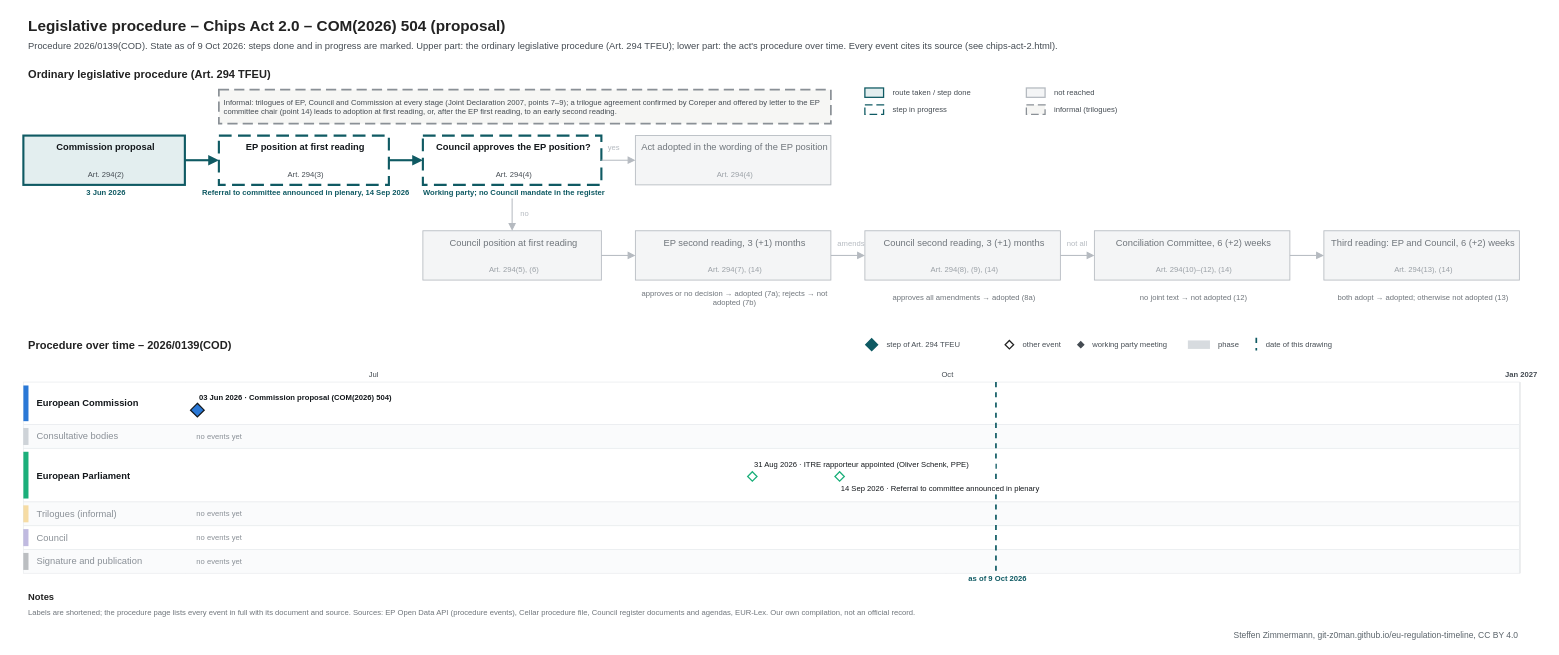
Before: procedures/chips-act-2.drawio in git-z0man/eu-regulation-timeline, a draw.io diagram. Source tidied: cells renumbered, new cells numbered last; positions are measured from the earlier drawing's top-left corner, leaving out a move shared by most shapes. Both pictures are drawn from the tidied source at 85%, with x=0, y=0 at pixel (14, 14).
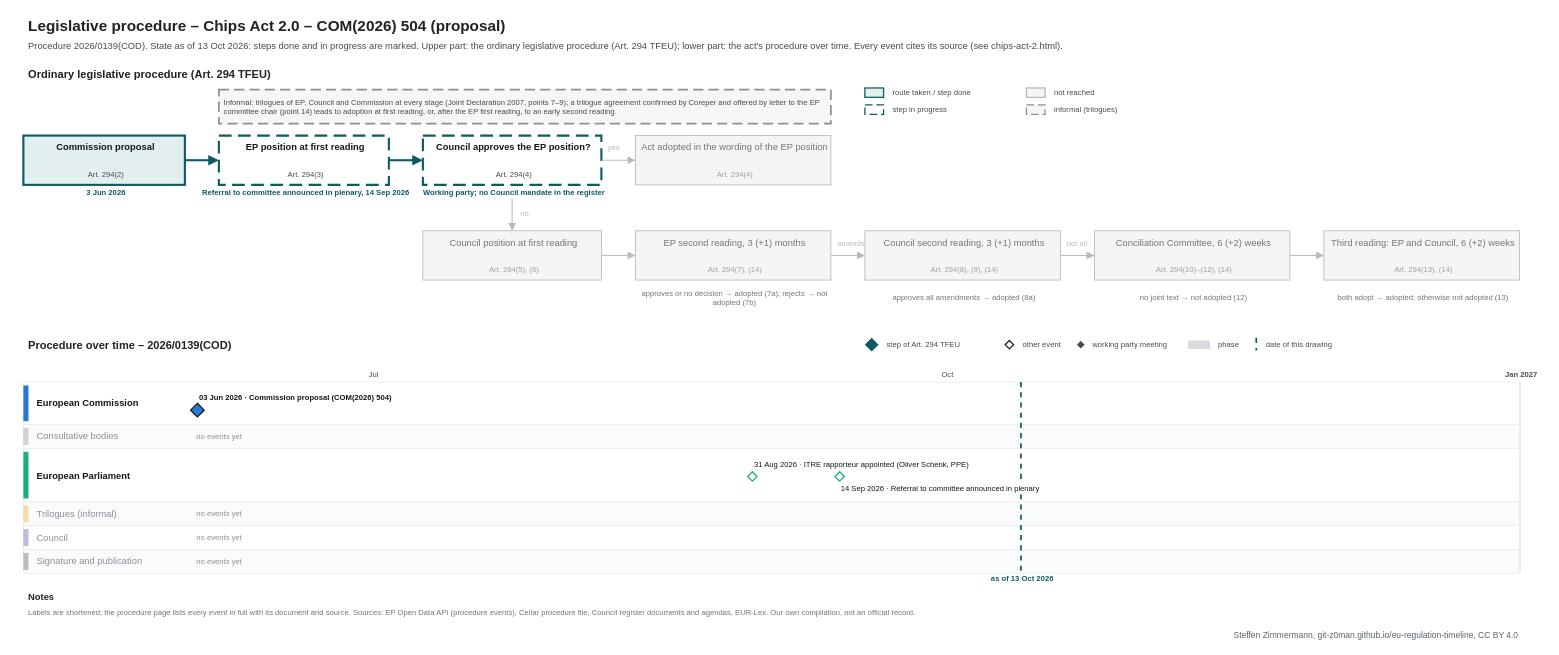
The same page after the edit.

The edit, as a diff of the source:
```diff
@@
-    <mxCell id="3" value="Procedure 2026/0139(COD). State as of 9 Oct 2026: steps done and in progress are marked. Upper part: the ordinary legislative procedure (Art. 294 TFEU); lower part: the act's procedure over time. Every event cites its source (see chips-act-2.html)." style="text;html=1;fontSize=11;fontColor=#454c53;align=left;verticalAlign=middle;spacingLeft=4;" parent="1" vertex="1">
+    <mxCell id="3" value="Procedure 2026/0139(COD). State as of 13 Oct 2026: steps done and in progress are marked. Upper part: the ordinary legislative procedure (Art. 294 TFEU); lower part: the act's procedure over time. Every event cites its source (see chips-act-2.html)." style="text;html=1;fontSize=11;fontColor=#454c53;align=left;verticalAlign=middle;spacingLeft=4;" parent="1" vertex="1">
       <mxGeometry x="10" y="28" width="1700" height="18" as="geometry" />
     </mxCell>
@@
     <mxCell id="105" style="line;html=1;strokeWidth=2;strokeColor=#0f5a63;direction=south;dashed=1;" parent="1" vertex="1">
-      <mxGeometry x="1153.7" y="432" width="1" height="225" as="geometry" />
+      <mxGeometry x="1183.1" y="432" width="1" height="225" as="geometry" />
     </mxCell>
-    <mxCell id="106" value="as of 9 Oct 2026" style="text;html=1;fontSize=9;fontColor=#0f5a63;align=center;verticalAlign=middle;spacingLeft=4;fontStyle=1;" parent="1" vertex="1">
-      <mxGeometry x="1093.7" y="658" width="120" height="12" as="geometry" />
+    <mxCell id="106" value="as of 13 Oct 2026" style="text;html=1;fontSize=9;fontColor=#0f5a63;align=center;verticalAlign=middle;spacingLeft=4;fontStyle=1;" parent="1" vertex="1">
+      <mxGeometry x="1123.1" y="658" width="120" height="12" as="geometry" />
     </mxCell>
```
